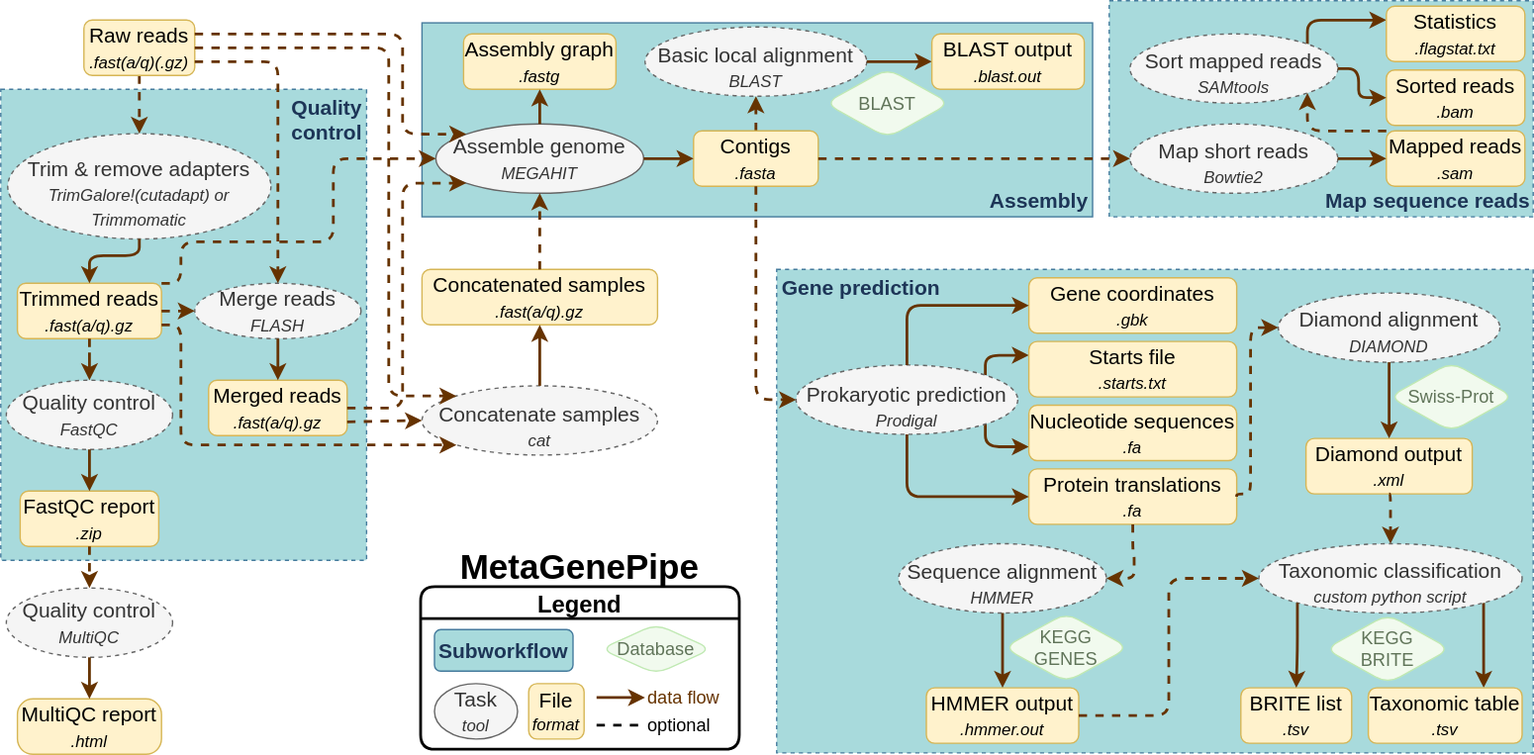
Earlier version of the draw.io export logo/MetaGenePipe.drawio.svg (ParkvilleData/MetaGenePipe). Source tidied: cells renumbered, new cells last; positions are measured from the earlier drawing's top-left corner, leaving out a move shared by most shapes.
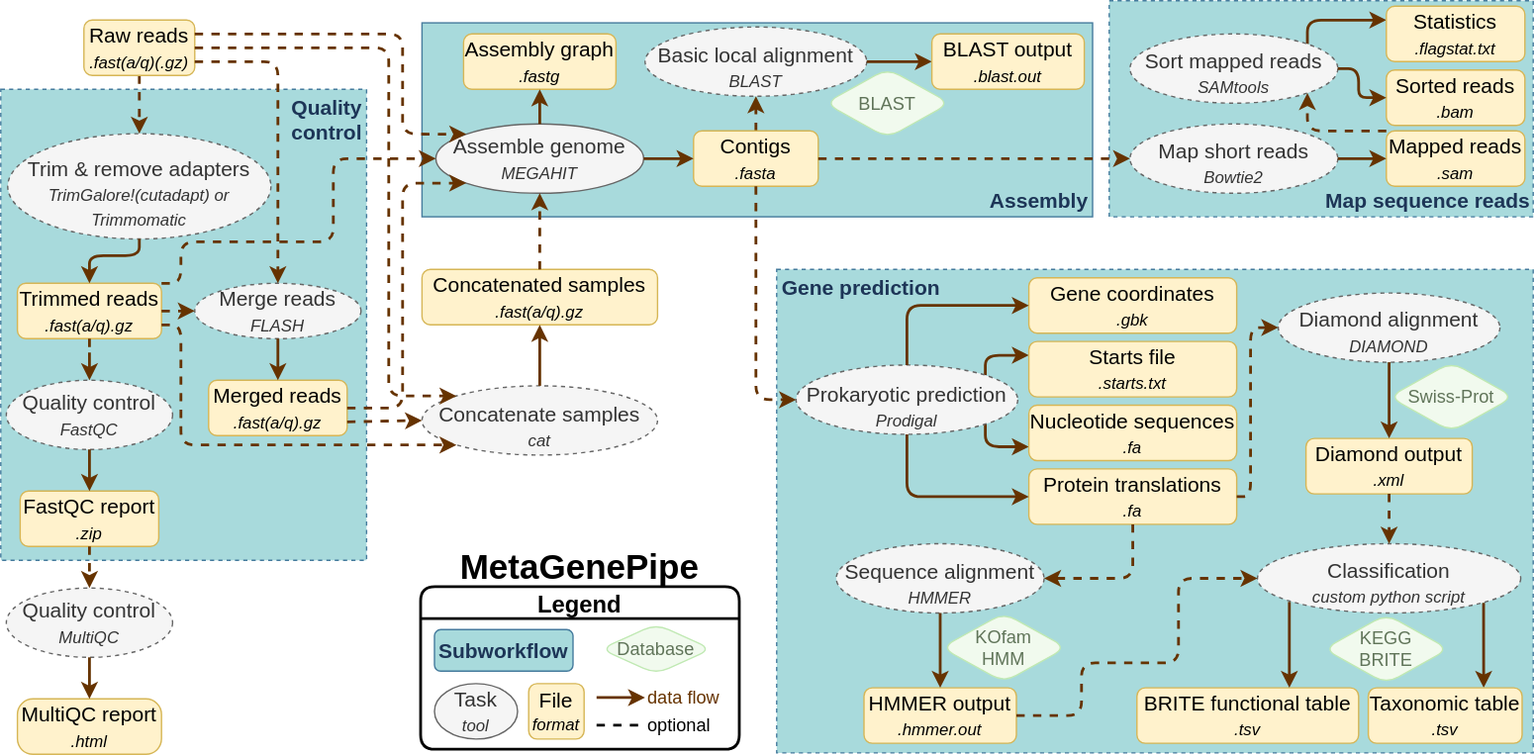
Above is the later version.

The edit, as a diff of the source:
```diff
@@ -40,33 +40,45 @@
     <mxCell id="11" value="&lt;font&gt;&lt;font style=&quot;font-size: 15px&quot;&gt;Diamond output&lt;/font&gt;&lt;br&gt;&lt;i style=&quot;font-size: 12px&quot;&gt;.xml&lt;/i&gt;&lt;br&gt;&lt;/font&gt;" style="rounded=1;whiteSpace=wrap;html=1;sketch=0;strokeColor=#d6b656;fillColor=#fff2cc;verticalAlign=middle;fontSize=15;" parent="1" vertex="1">
       <mxGeometry x="942" y="316" width="120" height="40" as="geometry" />
     </mxCell>
-    <mxCell id="12" style="edgeStyle=orthogonalEdgeStyle;rounded=1;jettySize=auto;html=1;strokeColor=#663300;strokeWidth=2;exitX=1;exitY=1;exitDx=0;exitDy=0;entryX=0.75;entryY=0;entryDx=0;entryDy=0;" parent="1" edge="1" source="13" target="16">
-      <mxGeometry relative="1" as="geometry" />
+    <mxCell id="12" style="edgeStyle=orthogonalEdgeStyle;rounded=1;jettySize=auto;html=1;strokeColor=#663300;strokeWidth=2;exitX=1;exitY=1;exitDx=0;exitDy=0;entryX=0.75;entryY=0;entryDx=0;entryDy=0;" parent="1" edge="1" target="16">
+      <mxGeometry relative="1" as="geometry">
+        <mxPoint x="1070.2" y="434.7" as="sourcePoint" />
+      </mxGeometry>
     </mxCell>
-    <mxCell id="13" value="&lt;font&gt;Taxonomic classification&lt;br&gt;&lt;span style=&quot;font-size: 12px&quot;&gt;&lt;i&gt;custom python script&lt;/i&gt;&lt;/span&gt;&lt;br style=&quot;font-size: 15px&quot;&gt;&lt;/font&gt;" style="ellipse;rounded=1;whiteSpace=wrap;html=1;sketch=0;fontColor=#333333;strokeColor=#666666;fillColor=#f5f5f5;verticalAlign=middle;fontSize=15;dashed=1;spacingTop=6;" parent="1" vertex="1">
-      <mxGeometry x="908" y="392" width="190" height="50" as="geometry" />
+    <mxCell id="13" value="&lt;font&gt;Classification&lt;br&gt;&lt;span style=&quot;font-size: 12px&quot;&gt;&lt;i&gt;custom python script&lt;/i&gt;&lt;/span&gt;&lt;br style=&quot;font-size: 15px&quot;&gt;&lt;/font&gt;" style="ellipse;rounded=1;whiteSpace=wrap;html=1;sketch=0;fontColor=#333333;strokeColor=#666666;fillColor=#f5f5f5;verticalAlign=middle;fontSize=15;dashed=1;spacingTop=6;" parent="1" vertex="1">
+      <mxGeometry x="907" y="392" width="190" height="50" as="geometry" />
     </mxCell>
     <mxCell id="14" value="KEGG&lt;br&gt;BRITE" style="rhombus;whiteSpace=wrap;html=1;align=center;rounded=1;fillColor=#F1FAEE;strokeColor=#c0e9b3;fontColor=#607459;fontSize=13;" parent="1" vertex="1">
-      <mxGeometry x="956" y="443" width="90" height="50" as="geometry" />
+      <mxGeometry x="955" y="443" width="90" height="50" as="geometry" />
     </mxCell>
-    <mxCell id="15" value="&lt;font&gt;&lt;font style=&quot;font-size: 15px&quot;&gt;BRITE list&lt;/font&gt;&lt;br&gt;&lt;i style=&quot;font-size: 12px&quot;&gt;.tsv&lt;/i&gt;&lt;br&gt;&lt;/font&gt;" style="rounded=1;whiteSpace=wrap;html=1;sketch=0;strokeColor=#d6b656;fillColor=#fff2cc;verticalAlign=middle;fontSize=15;" parent="1" vertex="1">
-      <mxGeometry x="895" y="496" width="80" height="40" as="geometry" />
+    <mxCell id="15" value="&lt;div style=&quot;&quot;&gt;&lt;font style=&quot;font-size: 15px;&quot;&gt;&lt;font style=&quot;font-size: 15px;&quot;&gt;BRITE functional table&lt;/font&gt;&lt;/font&gt;&lt;/div&gt;&lt;font style=&quot;font-size: 12px;&quot;&gt;&lt;i style=&quot;&quot;&gt;.tsv&lt;/i&gt;&lt;/font&gt;&lt;font style=&quot;font-size: 12px;&quot;&gt;&lt;br&gt;&lt;/font&gt;" style="rounded=1;whiteSpace=wrap;html=1;sketch=0;strokeColor=#d6b656;fillColor=#fff2cc;verticalAlign=middle;fontSize=15;" parent="1" vertex="1">
+      <mxGeometry x="820" y="496" width="160" height="40" as="geometry" />
     </mxCell>
     <mxCell id="16" value="&lt;font&gt;&lt;font style=&quot;font-size: 15px&quot;&gt;Taxonomic table&lt;/font&gt;&lt;br&gt;&lt;i style=&quot;font-size: 12px&quot;&gt;.tsv&lt;/i&gt;&lt;br&gt;&lt;/font&gt;" style="rounded=1;whiteSpace=wrap;html=1;sketch=0;strokeColor=#d6b656;fillColor=#fff2cc;verticalAlign=middle;fontSize=15;" parent="1" vertex="1">
       <mxGeometry x="987" y="496" width="111" height="40" as="geometry" />
     </mxCell>
     <mxCell id="17" value="&lt;font&gt;Sequence alignment&lt;br&gt;&lt;span style=&quot;font-size: 12px&quot;&gt;&lt;i&gt;HMMER&lt;/i&gt;&lt;/span&gt;&lt;br style=&quot;font-size: 15px&quot;&gt;&lt;/font&gt;" style="ellipse;rounded=1;whiteSpace=wrap;html=1;sketch=0;fontColor=#333333;strokeColor=#666666;fillColor=#f5f5f5;verticalAlign=middle;fontSize=15;dashed=1;spacingTop=8;" parent="1" vertex="1">
-      <mxGeometry x="648" y="392" width="150" height="50" as="geometry" />
+      <mxGeometry x="603" y="392" width="150" height="50" as="geometry" />
     </mxCell>
-    <mxCell id="18" value="KEGG&lt;br&gt;GENES" style="rhombus;whiteSpace=wrap;html=1;align=center;rounded=1;fillColor=#F1FAEE;strokeColor=#c0e9b3;fontColor=#607459;fontSize=13;" parent="1" vertex="1">
-      <mxGeometry x="724" y="442" width="90" height="50" as="geometry" />
+    <mxCell id="18" value="&lt;div&gt;KOfam&lt;/div&gt;&lt;div&gt;HMM&lt;/div&gt;" style="rhombus;whiteSpace=wrap;html=1;align=center;rounded=1;fillColor=#F1FAEE;strokeColor=#c0e9b3;fontColor=#607459;fontSize=13;" parent="1" vertex="1">
+      <mxGeometry x="679" y="442" width="90" height="50" as="geometry" />
     </mxCell>
     <mxCell id="19" value="HMMER output&lt;br&gt;&lt;i&gt;&lt;font style=&quot;font-size: 12px&quot;&gt;.hmmer.out&lt;br&gt;&lt;/font&gt;&lt;/i&gt;" style="rounded=1;whiteSpace=wrap;html=1;sketch=0;strokeColor=#d6b656;fillColor=#fff2cc;verticalAlign=middle;fontSize=15;" parent="1" vertex="1">
-      <mxGeometry x="668" y="496" width="110" height="40" as="geometry" />
+      <mxGeometry x="623" y="496" width="110" height="40" as="geometry" />
     </mxCell>
     <mxCell id="20" value="Gene coordinates&lt;br&gt;&lt;i&gt;&lt;font style=&quot;font-size: 12px;&quot;&gt;.gbk&lt;/font&gt;&lt;/i&gt;&lt;i&gt;&lt;font style=&quot;font-size: 12px&quot;&gt;&lt;br&gt;&lt;/font&gt;&lt;/i&gt;" style="rounded=1;whiteSpace=wrap;html=1;sketch=0;strokeColor=#d6b656;fillColor=#fff2cc;verticalAlign=middle;fontSize=15;" parent="1" vertex="1">
       <mxGeometry x="742" y="200" width="150" height="40" as="geometry" />
     </mxCell>
+    <mxCell id="99" style="edgeStyle=orthogonalEdgeStyle;rounded=1;orthogonalLoop=1;jettySize=auto;html=1;strokeColor=#663300;strokeWidth=2;endSize=6;" parent="1" edge="1">
+      <mxGeometry relative="1" as="geometry">
+        <mxPoint x="930" y="434" as="sourcePoint" />
+        <mxPoint x="930" y="496" as="targetPoint" />
+        <Array as="points">
+          <mxPoint x="930" y="466" />
+          <mxPoint x="930" y="466" />
+        </Array>
+      </mxGeometry>
+    </mxCell>
     <mxCell id="21" value="map" parent="0" />
     <mxCell id="22" value="&lt;b style=&quot;font-size: 15px&quot;&gt;Map sequence reads&lt;br style=&quot;font-size: 15px&quot;&gt;&lt;/b&gt;" style="whiteSpace=wrap;html=1;rounded=0;sketch=0;fontColor=#1D3557;strokeColor=#457B9D;fillColor=#A8DADC;verticalAlign=bottom;fontSize=15;align=right;spacingLeft=2;spacingTop=-2;dashed=1;" parent="21" vertex="1">
       <mxGeometry x="800" width="306" height="156" as="geometry" />
@@ -205,7 +217,7 @@
     <mxCell id="62" style="edgeStyle=orthogonalEdgeStyle;rounded=1;jettySize=auto;html=1;exitX=1;exitY=0.5;exitDx=0;exitDy=0;entryX=0;entryY=0.5;entryDx=0;entryDy=0;dashed=1;fontColor=#663300;strokeColor=#663300;strokeWidth=2;" parent="42" edge="1" source="8" target="9">
       <mxGeometry relative="1" as="geometry">
         <Array as="points">
-          <mxPoint x="902" y="356" />
+          <mxPoint x="902" y="358" />
           <mxPoint x="902" y="236" />
         </Array>
       </mxGeometry>
@@ -353,14 +365,18 @@
     <mxCell id="94" style="edgeStyle=orthogonalEdgeStyle;rounded=1;jettySize=auto;html=1;exitX=0.5;exitY=1;exitDx=0;exitDy=0;entryX=0.5;entryY=0;entryDx=0;entryDy=0;strokeColor=#663300;strokeWidth=2;dashed=1;" parent="42" edge="1" source="11" target="13">
       <mxGeometry relative="1" as="geometry" />
     </mxCell>
-    <mxCell id="95" style="edgeStyle=orthogonalEdgeStyle;rounded=1;jettySize=auto;html=1;exitX=0;exitY=1;exitDx=0;exitDy=0;entryX=0.5;entryY=0;entryDx=0;entryDy=0;strokeColor=#663300;strokeWidth=2;" parent="42" edge="1" source="13" target="15">
-      <mxGeometry relative="1" as="geometry" />
-    </mxCell>
     <mxCell id="96" style="edgeStyle=orthogonalEdgeStyle;rounded=1;jettySize=auto;html=1;exitX=0.5;exitY=1;exitDx=0;exitDy=0;strokeColor=#663300;strokeWidth=2;" parent="42" edge="1" source="17" target="19">
       <mxGeometry relative="1" as="geometry" />
     </mxCell>
     <mxCell id="97" style="edgeStyle=orthogonalEdgeStyle;rounded=1;jettySize=auto;html=1;exitX=1;exitY=0.5;exitDx=0;exitDy=0;entryX=0;entryY=0.5;entryDx=0;entryDy=0;strokeColor=#663300;strokeWidth=2;dashed=1;" parent="42" edge="1" source="19" target="13">
-      <mxGeometry relative="1" as="geometry" />
+      <mxGeometry relative="1" as="geometry">
+        <Array as="points">
+          <mxPoint x="780" y="516" />
+          <mxPoint x="780" y="478" />
+          <mxPoint x="850" y="478" />
+          <mxPoint x="850" y="417" />
+        </Array>
+      </mxGeometry>
     </mxCell>
     <mxCell id="98" style="edgeStyle=orthogonalEdgeStyle;rounded=1;jettySize=auto;html=1;exitX=0.5;exitY=1;exitDx=0;exitDy=0;entryX=1;entryY=0.5;entryDx=0;entryDy=0;dashed=1;strokeColor=#663300;strokeWidth=2;" parent="42" edge="1" source="8" target="17">
       <mxGeometry relative="1" as="geometry" />
```
